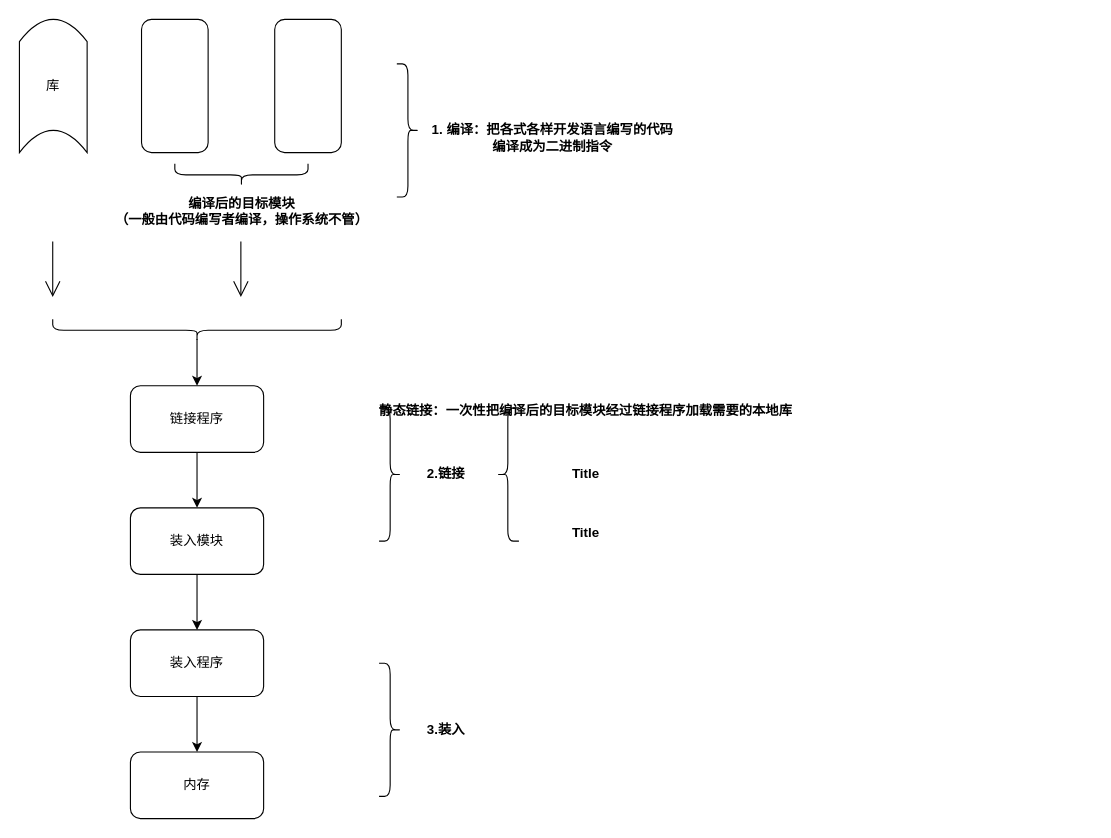
Earlier version of the draw.io diagram 操作系统/进程是如何执行的.drawio (Chaimek/LearnPictures). Source tidied: cells renumbered, new cells numbered last; positions are measured from the earlier drawing's top-left corner, leaving out a move shared by most shapes. Both pictures are drawn from the tidied source at 111%, with x=0, y=0 at pixel (19, 19).
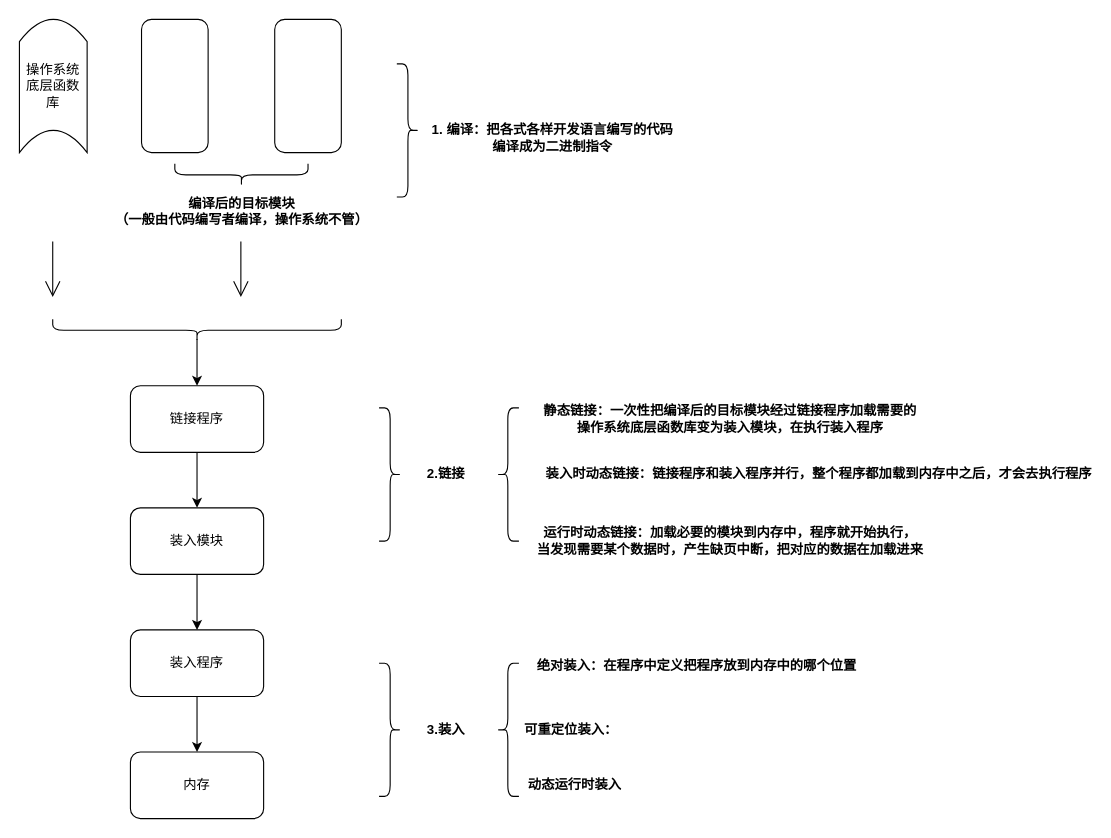
After the change.

Commit message:
更新进程是如何执行的.drawio

What changed in the source:
```diff
@@
-    <mxCell id="4" value="库" style="shape=dataStorage;whiteSpace=wrap;html=1;fixedSize=1;direction=south;" parent="1" vertex="1">
+    <mxCell id="4" value="操作系统底层函数库" style="shape=dataStorage;whiteSpace=wrap;html=1;fixedSize=1;direction=south;" parent="1" vertex="1">
       <mxGeometry width="61" height="120" as="geometry" />
     </mxCell>
@@
-    <mxCell id="25" value="静态链接：一次性把编译后的目标模块经过链接程序加载需要的本地库" style="text;align=center;fontStyle=1;verticalAlign=middle;spacingLeft=3;spacingRight=3;strokeColor=none;html=1;" parent="1" vertex="1">
-      <mxGeometry x="470" y="340" width="80" height="26" as="geometry" />
+    <mxCell id="25" value="静态链接：一次性把编译后的目标模块经过链接程序加载需要的&lt;br&gt;操作系统底层函数库变为装入模块，在执行装入程序" style="text;align=center;fontStyle=1;verticalAlign=middle;spacingLeft=3;spacingRight=3;strokeColor=none;html=1;" parent="1" vertex="1">
+      <mxGeometry x="600" y="347" width="80" height="26" as="geometry" />
     </mxCell>
-    <mxCell id="26" value="Title" style="text;align=center;fontStyle=1;verticalAlign=middle;spacingLeft=3;spacingRight=3;strokeColor=none;html=1;" parent="1" vertex="1">
-      <mxGeometry x="470" y="397" width="80" height="26" as="geometry" />
+    <mxCell id="26" value="装入时动态链接：链接程序和装入程序并行，整个程序都加载到内存中之后，才会去执行程序" style="text;align=center;fontStyle=1;verticalAlign=middle;spacingLeft=3;spacingRight=3;strokeColor=none;html=1;" parent="1" vertex="1">
+      <mxGeometry x="680" y="397" width="80" height="26" as="geometry" />
     </mxCell>
-    <mxCell id="27" value="Title" style="text;align=center;fontStyle=1;verticalAlign=middle;spacingLeft=3;spacingRight=3;strokeColor=none;html=1;" parent="1" vertex="1">
-      <mxGeometry x="470" y="450" width="80" height="26" as="geometry" />
+    <mxCell id="27" value="运行时动态链接：加载必要的模块到内存中，程序就开始执行，&lt;br&gt;当发现需要某个数据时，产生缺页中断，把对应的数据在加载进来" style="text;align=center;fontStyle=1;verticalAlign=middle;spacingLeft=3;spacingRight=3;strokeColor=none;html=1;" parent="1" vertex="1">
+      <mxGeometry x="600" y="457" width="80" height="26" as="geometry" />
     </mxCell>
+    <mxCell id="28" style="shape=curlyBracket;whiteSpace=wrap;html=1;rounded=1;labelPosition=left;verticalLabelPosition=middle;align=right;verticalAlign=middle;" parent="1" vertex="1">
+      <mxGeometry x="430" y="580" width="20" height="120" as="geometry" />
+    </mxCell>
+    <mxCell id="29" value="绝对装入：在程序中定义把程序放到内存中的哪个位置" style="text;align=center;fontStyle=1;verticalAlign=middle;spacingLeft=3;spacingRight=3;strokeColor=none;html=1;" parent="1" vertex="1">
+      <mxGeometry x="570" y="570" width="80" height="26" as="geometry" />
+    </mxCell>
+    <mxCell id="30" value="可重定位装入：&amp;nbsp;&amp;nbsp;" style="text;align=center;fontStyle=1;verticalAlign=middle;spacingLeft=3;spacingRight=3;strokeColor=none;html=1;" parent="1" vertex="1">
+      <mxGeometry x="460" y="627" width="80" height="26" as="geometry" />
+    </mxCell>
+    <mxCell id="31" value="动态运行时装入" style="text;align=center;fontStyle=1;verticalAlign=middle;spacingLeft=3;spacingRight=3;strokeColor=none;html=1;" parent="1" vertex="1">
+      <mxGeometry x="460" y="677" width="80" height="26" as="geometry" />
+    </mxCell>
```
